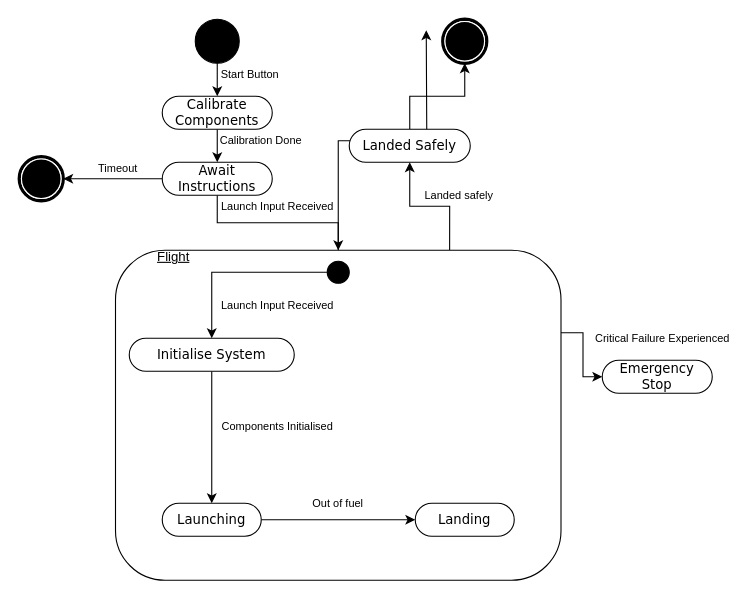
Before: architecture_design/logical_architecture/StateDiagram.drawio in scottzach1/Project-Beans, a draw.io diagram. Source tidied: cells renumbered, new cells numbered last; positions are measured from the earlier drawing's top-left corner, leaving out a move shared by most shapes. Both pictures are drawn from the tidied source at 110%, with x=0, y=0 at pixel (19, 19).
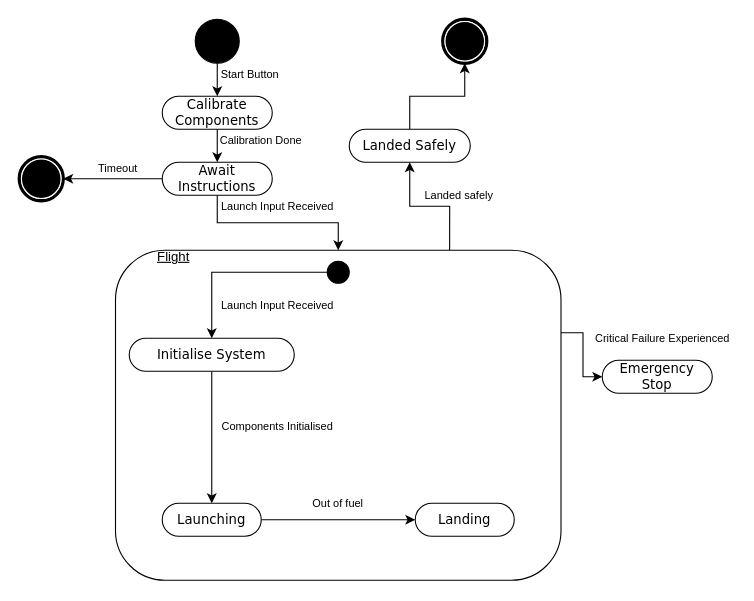
The same diagram, later.

Commit message (it also covers changes not shown here):
Fixes mistake in diagram for state diagrams within section 4.1 logical

The change refers to these unchanged cells:
```xml
<mxCell id="5" value="&lt;u&gt;Flight&lt;/u&gt;&lt;span&gt;&amp;nbsp; &amp;nbsp; &amp;nbsp; &amp;nbsp; &amp;nbsp; &amp;nbsp; &amp;nbsp; &amp;nbsp; &amp;nbsp; &amp;nbsp; &amp;nbsp; &amp;nbsp; &amp;nbsp; &amp;nbsp; &amp;nbsp; &amp;nbsp; &amp;nbsp; &amp;nbsp; &amp;nbsp; &amp;nbsp; &amp;nbsp; &amp;nbsp; &amp;nbsp; &amp;nbsp; &amp;nbsp; &amp;nbsp; &amp;nbsp; &amp;nbsp; &amp;nbsp; &amp;nbsp; &amp;nbsp; &amp;nbsp; &amp;nbsp; &amp;nbsp; &amp;nbsp; &amp;nbsp; &amp;nbsp; &amp;nbsp; &amp;nbsp; &amp;nbsp; &amp;nbsp; &amp;nbsp; &amp;nbsp; &amp;nbsp; &amp;nbsp;&amp;nbsp;&lt;br&gt;&lt;br&gt;&lt;br&gt;&lt;br&gt;&lt;br&gt;&lt;br&gt;&lt;br&gt;&lt;br&gt;&lt;br&gt;&lt;br&gt;&lt;br&gt;&lt;br&gt;&lt;br&gt;&lt;br&gt;&lt;br&gt;&lt;br&gt;&lt;br&gt;&lt;br&gt;&lt;br&gt;&lt;br&gt;&lt;br&gt;&lt;/span&gt;" style="rounded=1;whiteSpace=wrap;html=1;" parent="1" vertex="1">
  <mxGeometry x="87.5" y="210" width="405" height="300" as="geometry" />
</mxCell>
```

The edit, as a diff of the source:
```diff
@@
-    <mxCell id="4" style="edgeStyle=orthogonalEdgeStyle;rounded=0;jettySize=auto;html=1;" parent="1" edge="1" source="5">
-      <mxGeometry relative="1" as="geometry">
-        <mxPoint x="370" y="10" as="targetPoint" />
-      </mxGeometry>
-    </mxCell>
```
